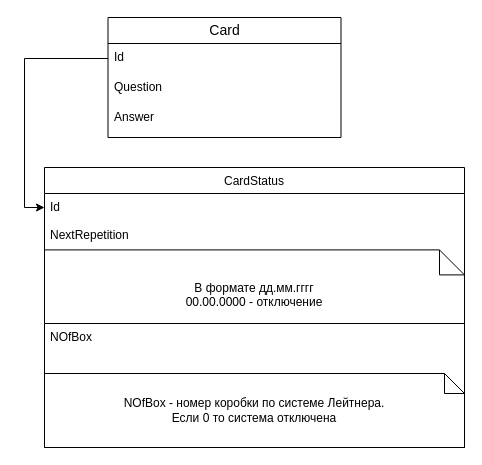
Earlier version of the draw.io diagram page "DbPage" (1 of 3) of SpacedRepetition.drawio (DenisPald/spaced-repetition). Source tidied: cells renumbered, new cells numbered last; positions are measured from the earlier drawing's top-left corner, leaving out a move shared by most shapes. Both pictures are drawn from the tidied source at 100%, with x=0, y=0 at pixel (24, 17).
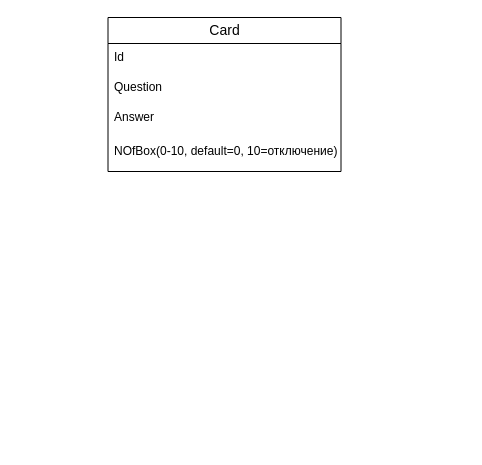
The same diagram, later.

Change to the diagram source:
```diff
@@
 <mxGraphModel>
   <root>
     <mxCell id="0" />
     <mxCell id="1" parent="0" />
     <mxCell id="2" value="Card" style="swimlane;fontStyle=0;horizontal=1;startSize=26;align=center;fontSize=14;html=1;rounded=0;flipV=0;fillColor=none;shadow=0;" parent="1" vertex="1">
-      <mxGeometry x="83.5" width="233" height="120" as="geometry" />
+      <mxGeometry x="83.5" width="233" height="154" as="geometry" />
     </mxCell>
     <mxCell id="3" value="Id" style="text;strokeColor=none;fillColor=none;spacingLeft=4;spacingRight=4;overflow=hidden;points=[[0,0.5],[1,0.5]];portConstraint=eastwest;fontSize=12;align=left;html=1;rounded=0;flipV=0;shadow=0;" parent="2" vertex="1">
       <mxGeometry y="26" width="233" height="30" as="geometry" />
     </mxCell>
     <mxCell id="4" value="Question" style="text;strokeColor=none;fillColor=none;spacingLeft=4;spacingRight=4;overflow=hidden;fontSize=12;align=left;html=1;rounded=0;flipV=0;shadow=0;" parent="2" vertex="1">
       <mxGeometry y="56" width="233" height="30" as="geometry" />
     </mxCell>
     <mxCell id="5" value="Answer" style="text;strokeColor=none;fillColor=none;spacingLeft=4;spacingRight=4;overflow=hidden;fontSize=12;align=left;html=1;rounded=0;flipV=0;shadow=0;" parent="2" vertex="1">
       <mxGeometry y="86" width="233" height="34" as="geometry" />
     </mxCell>
-    <mxCell id="6" value="CardStatus" style="swimlane;fontStyle=0;horizontal=1;startSize=26;" parent="1" vertex="1">
-      <mxGeometry x="20" y="150" width="420" height="280" as="geometry" />
-    </mxCell>
-    <mxCell id="7" style="group;" parent="6" vertex="1">
-      <mxGeometry y="26" width="420" height="254" as="geometry" />
-    </mxCell>
-    <mxCell id="8" value="Id" style="text;strokeColor=none;fillColor=none;align=left;verticalAlign=top;spacingLeft=4;spacingRight=4;overflow=hidden;points=[[0,0.5],[1,0.5]];portConstraint=eastwest;" parent="7" vertex="1">
-      <mxGeometry width="420" height="28.2" as="geometry" />
-    </mxCell>
-    <mxCell id="9" value="NextRepetition" style="text;strokeColor=none;fillColor=none;align=left;verticalAlign=top;spacingLeft=4;spacingRight=4;overflow=hidden;" parent="7" vertex="1">
-      <mxGeometry y="28.2" width="420" height="28.2" as="geometry" />
-    </mxCell>
-    <mxCell id="10" value="В формате дд.мм.гггг&lt;br&gt;00.00.0000 - отключение" style="shape=note2;boundedLbl=1;whiteSpace=wrap;html=1;size=25;verticalAlign=top;align=center;" parent="7" vertex="1">
-      <mxGeometry y="56.4" width="420" height="73.6" as="geometry" />
-    </mxCell>
-    <mxCell id="11" value="NOfBox" style="text;strokeColor=none;fillColor=none;spacingLeft=4;spacingRight=4;overflow=hidden;fontSize=12;align=left;html=1;rounded=0;flipV=0;shadow=0;" parent="7" vertex="1">
-      <mxGeometry y="130" width="420" height="40" as="geometry" />
-    </mxCell>
-    <mxCell id="12" value="&lt;div&gt;NOfBox - номер коробки по системе Лейтнера.&lt;/div&gt;&lt;div&gt;Если 0 то система отключена&lt;br&gt;&lt;/div&gt;" style="shape=note;size=20;whiteSpace=wrap;html=1;fillColor=none;shadow=0;" parent="7" vertex="1">
-      <mxGeometry y="180" width="420" height="74" as="geometry" />
-    </mxCell>
-    <mxCell id="13" style="edgeStyle=orthogonalEdgeStyle;rounded=0;jettySize=auto;html=1;exitX=0;exitY=0.5;exitDx=0;exitDy=0;" parent="1" edge="1" source="3" target="8">
-      <mxGeometry relative="1" as="geometry">
-        <Array as="points">
-          <mxPoint y="41" />
-          <mxPoint y="190" />
-        </Array>
-      </mxGeometry>
+    <mxCell id="13" value="NOfBox(0-10, default=0, 10=отключение)" style="text;strokeColor=none;fillColor=none;spacingLeft=4;spacingRight=4;overflow=hidden;fontSize=12;align=left;html=1;rounded=0;flipV=0;shadow=0;" parent="2" vertex="1">
+      <mxGeometry y="120" width="233" height="34" as="geometry" />
     </mxCell>
   </root>
 </mxGraphModel>
```
